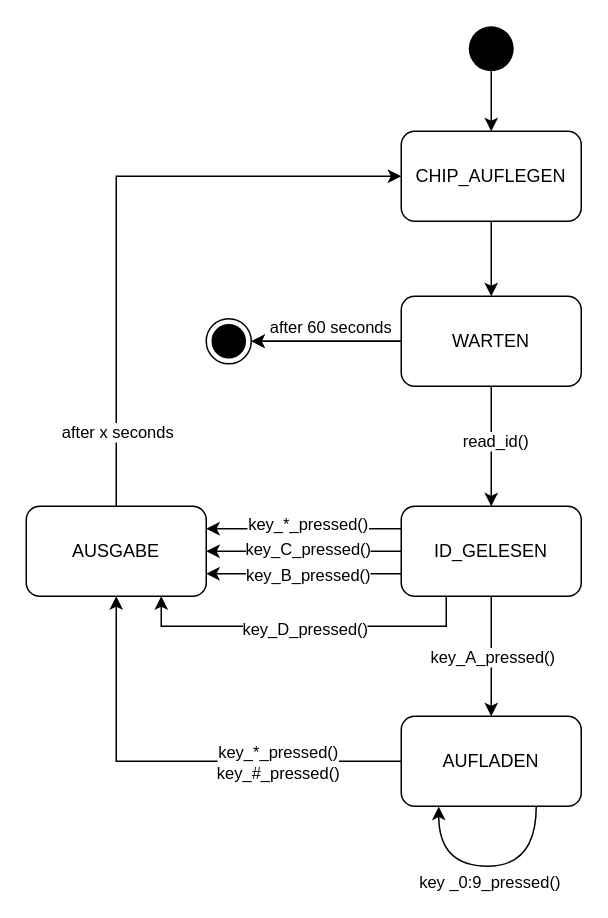
This is design/StatePattern.drawio from lukas-honold/BudeRFID, a draw.io file, before an edit. Source tidied: cells renumbered, new cells numbered last; positions are measured from the earlier drawing's top-left corner, leaving out a move shared by most shapes. Both pictures are drawn from the tidied source at 150%, with x=0, y=0 at pixel (26, 26).
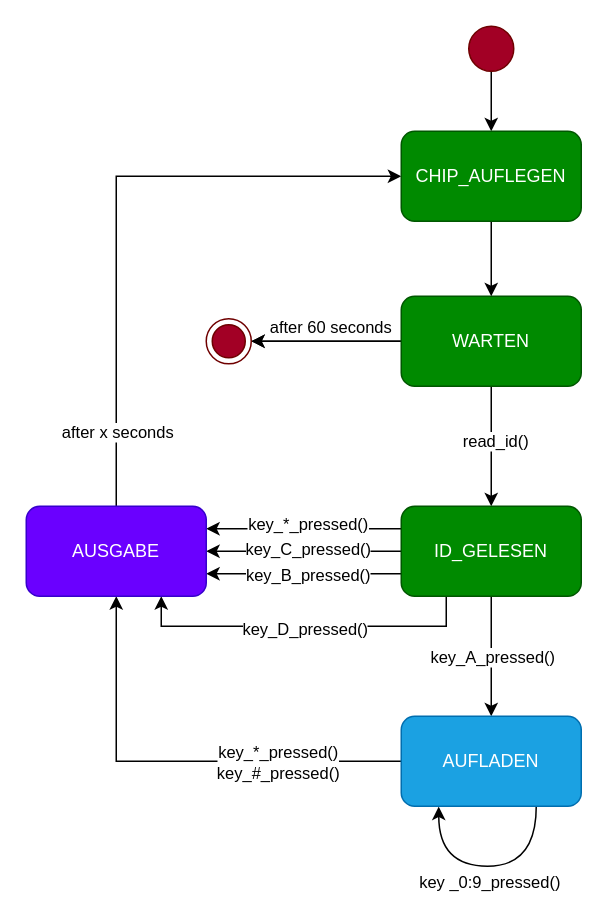
The same diagram, later.

Diff of the diagram source:
```diff
@@
-    <mxCell id="9" value="WARTEN" style="rounded=1;whiteSpace=wrap;html=1;" parent="1" vertex="1">
+    <mxCell id="9" value="WARTEN" style="rounded=1;whiteSpace=wrap;html=1;fillColor=#008a00;strokeColor=#005700;fontColor=#ffffff;" parent="1" vertex="1">
       <mxGeometry x="250" y="180" width="120" height="60" as="geometry" />
     </mxCell>
@@
-    <mxCell id="11" style="ellipse;fillColor=#000000;strokeColor=none;" parent="1" vertex="1">
+    <mxCell id="11" style="ellipse;fillColor=#a20025;strokeColor=#6F0000;fontColor=#ffffff;" parent="1" vertex="1">
       <mxGeometry x="295" width="30" height="30" as="geometry" />
     </mxCell>
@@
-    <mxCell id="22" value="ID_GELESEN" style="rounded=1;whiteSpace=wrap;html=1;" parent="1" vertex="1">
+    <mxCell id="22" value="ID_GELESEN" style="rounded=1;whiteSpace=wrap;html=1;fillColor=#008a00;strokeColor=#005700;fontColor=#ffffff;" parent="1" vertex="1">
       <mxGeometry x="250" y="320" width="120" height="60" as="geometry" />
     </mxCell>
@@
-    <mxCell id="26" value="AUFLADEN" style="rounded=1;whiteSpace=wrap;html=1;" parent="1" vertex="1">
+    <mxCell id="26" value="AUFLADEN" style="rounded=1;whiteSpace=wrap;html=1;fillColor=#1ba1e2;strokeColor=#006EAF;fontColor=#ffffff;" parent="1" vertex="1">
       <mxGeometry x="250" y="460" width="120" height="60" as="geometry" />
     </mxCell>
@@
-    <mxCell id="29" value="CHIP_AUFLEGEN" style="rounded=1;whiteSpace=wrap;html=1;" parent="1" vertex="1">
+    <mxCell id="29" value="CHIP_AUFLEGEN" style="rounded=1;whiteSpace=wrap;html=1;fillColor=#008a00;strokeColor=#005700;fontColor=#ffffff;" parent="1" vertex="1">
       <mxGeometry x="250" y="70" width="120" height="60" as="geometry" />
     </mxCell>
-    <mxCell id="30" style="ellipse;html=1;shape=endState;fillColor=#000000;strokeColor=#000000;" parent="1" vertex="1">
+    <mxCell id="30" style="ellipse;html=1;shape=endState;fillColor=#a20025;strokeColor=#6F0000;fontColor=#ffffff;" parent="1" vertex="1">
       <mxGeometry x="120" y="195" width="30" height="30" as="geometry" />
     </mxCell>
-    <mxCell id="31" value="AUSGABE" style="rounded=1;whiteSpace=wrap;html=1;" parent="1" vertex="1">
+    <mxCell id="31" value="AUSGABE" style="rounded=1;whiteSpace=wrap;html=1;fillColor=#6a00ff;strokeColor=#3700CC;fontColor=#ffffff;" parent="1" vertex="1">
       <mxGeometry y="320" width="120" height="60" as="geometry" />
     </mxCell>
```
